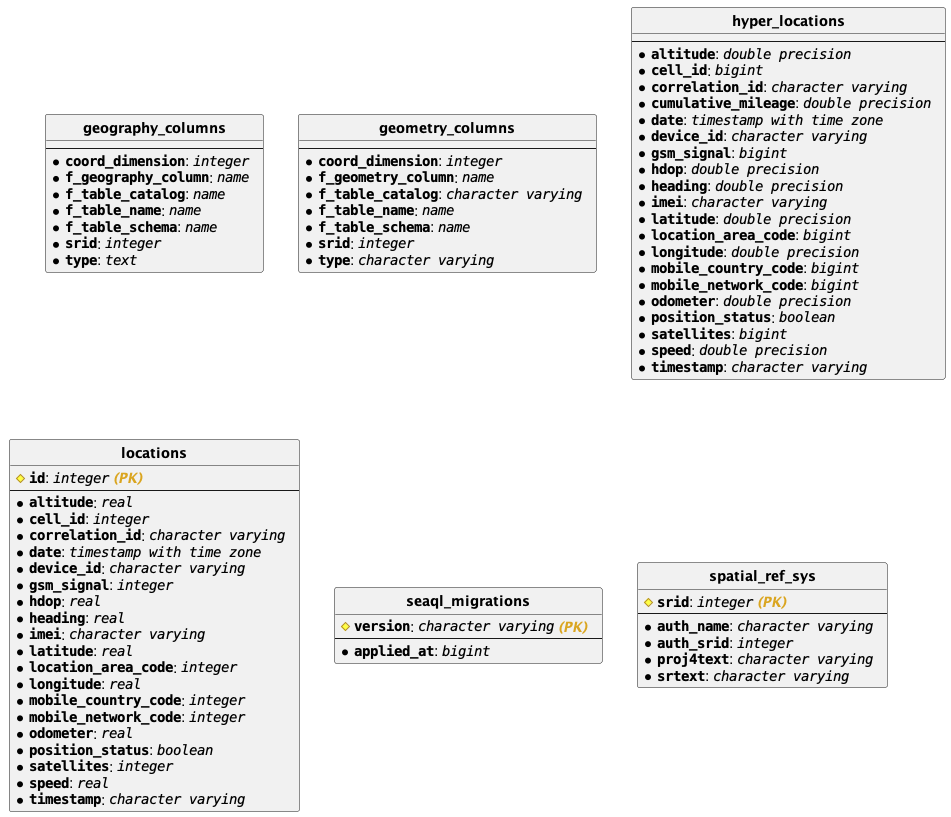
wildonion/hoopoe keeps this PlantUML diagram as infra/hoopoe.png. Above is the earlier version.
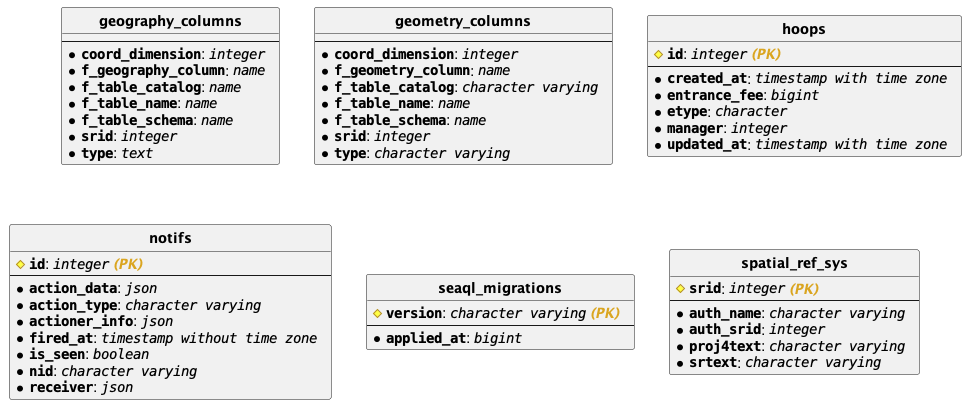
Later version of the same file.

Diff of the diagram source:
```diff
@@ -25,52 +25,26 @@
 * <b>""type""</b>: //""character varying""  //
 }
 
-class "**hyper_locations**" {
+class "**hoops**" {
+# <b>""id""</b>: //""integer"" <b><color:goldenrod>(PK) </color></b> //
 ---
-* <b>""altitude""</b>: //""double precision""  //
-* <b>""cell_id""</b>: //""bigint""  //
-* <b>""correlation_id""</b>: //""character varying""  //
-* <b>""cumulative_mileage""</b>: //""double precision""  //
-* <b>""date""</b>: //""timestamp with time zone""  //
-* <b>""device_id""</b>: //""character varying""  //
-* <b>""gsm_signal""</b>: //""bigint""  //
-* <b>""hdop""</b>: //""double precision""  //
-* <b>""heading""</b>: //""double precision""  //
-* <b>""imei""</b>: //""character varying""  //
-* <b>""latitude""</b>: //""double precision""  //
-* <b>""location_area_code""</b>: //""bigint""  //
-* <b>""longitude""</b>: //""double precision""  //
-* <b>""mobile_country_code""</b>: //""bigint""  //
-* <b>""mobile_network_code""</b>: //""bigint""  //
-* <b>""odometer""</b>: //""double precision""  //
-* <b>""position_status""</b>: //""boolean""  //
-* <b>""satellites""</b>: //""bigint""  //
-* <b>""speed""</b>: //""double precision""  //
-* <b>""timestamp""</b>: //""character varying""  //
+* <b>""created_at""</b>: //""timestamp with time zone""  //
+* <b>""entrance_fee""</b>: //""bigint""  //
+* <b>""etype""</b>: //""character""  //
+* <b>""manager""</b>: //""integer""  //
+* <b>""updated_at""</b>: //""timestamp with time zone""  //
 }
 
-class "**locations**" {
+class "**notifs**" {
 # <b>""id""</b>: //""integer"" <b><color:goldenrod>(PK) </color></b> //
 ---
-* <b>""altitude""</b>: //""real""  //
-* <b>""cell_id""</b>: //""integer""  //
-* <b>""correlation_id""</b>: //""character varying""  //
-* <b>""date""</b>: //""timestamp with time zone""  //
-* <b>""device_id""</b>: //""character varying""  //
-* <b>""gsm_signal""</b>: //""integer""  //
-* <b>""hdop""</b>: //""real""  //
-* <b>""heading""</b>: //""real""  //
-* <b>""imei""</b>: //""character varying""  //
-* <b>""latitude""</b>: //""real""  //
-* <b>""location_area_code""</b>: //""integer""  //
-* <b>""longitude""</b>: //""real""  //
-* <b>""mobile_country_code""</b>: //""integer""  //
-* <b>""mobile_network_code""</b>: //""integer""  //
-* <b>""odometer""</b>: //""real""  //
-* <b>""position_status""</b>: //""boolean""  //
-* <b>""satellites""</b>: //""integer""  //
-* <b>""speed""</b>: //""real""  //
-* <b>""timestamp""</b>: //""character varying""  //
+* <b>""action_data""</b>: //""json""  //
+* <b>""action_type""</b>: //""character varying""  //
+* <b>""actioner_info""</b>: //""json""  //
+* <b>""fired_at""</b>: //""timestamp without time zone""  //
+* <b>""is_seen""</b>: //""boolean""  //
+* <b>""nid""</b>: //""character varying""  //
+* <b>""receiver""</b>: //""json""  //
 }
 
 class "**seaql_migrations**" {
```
